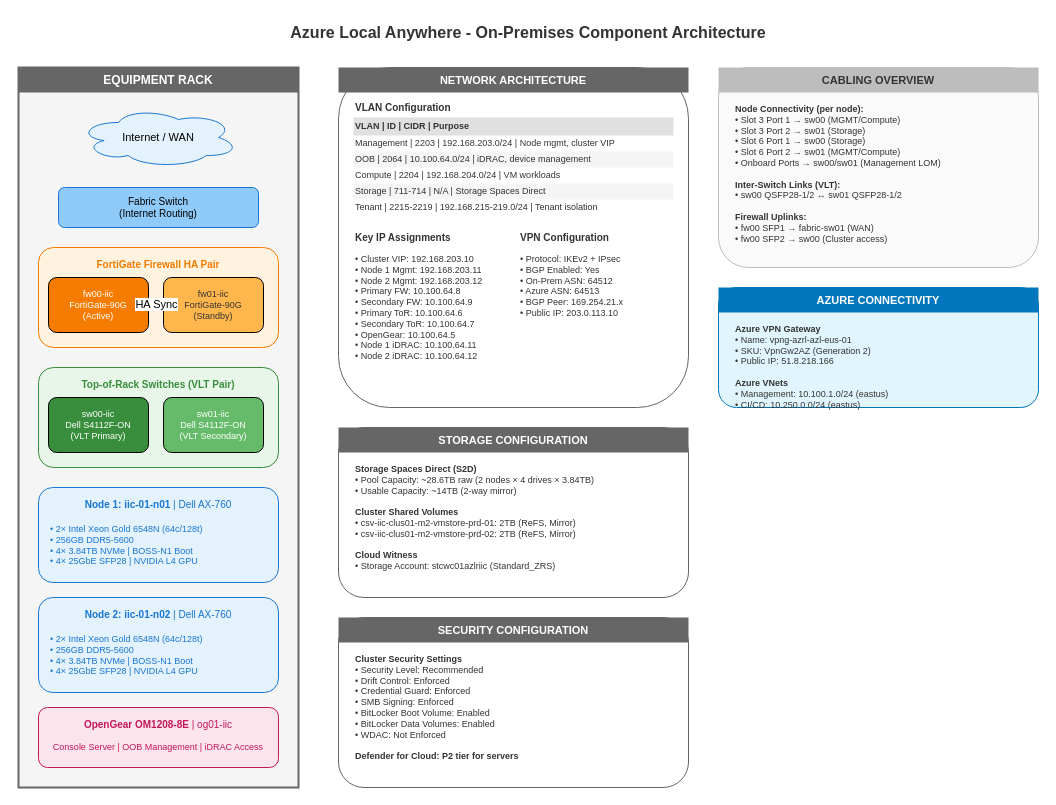
Before: docs/assets/diagrams/hld/azure-local-anywhere-onprem.drawio in AzureLocal/azurelocal.github.io, a draw.io diagram. Source tidied: cells renumbered, new cells numbered last; positions are measured from the earlier drawing's top-left corner, leaving out a move shared by most shapes. Both pictures are drawn from the tidied source at 100%, with x=0, y=0 at pixel (18, 17).
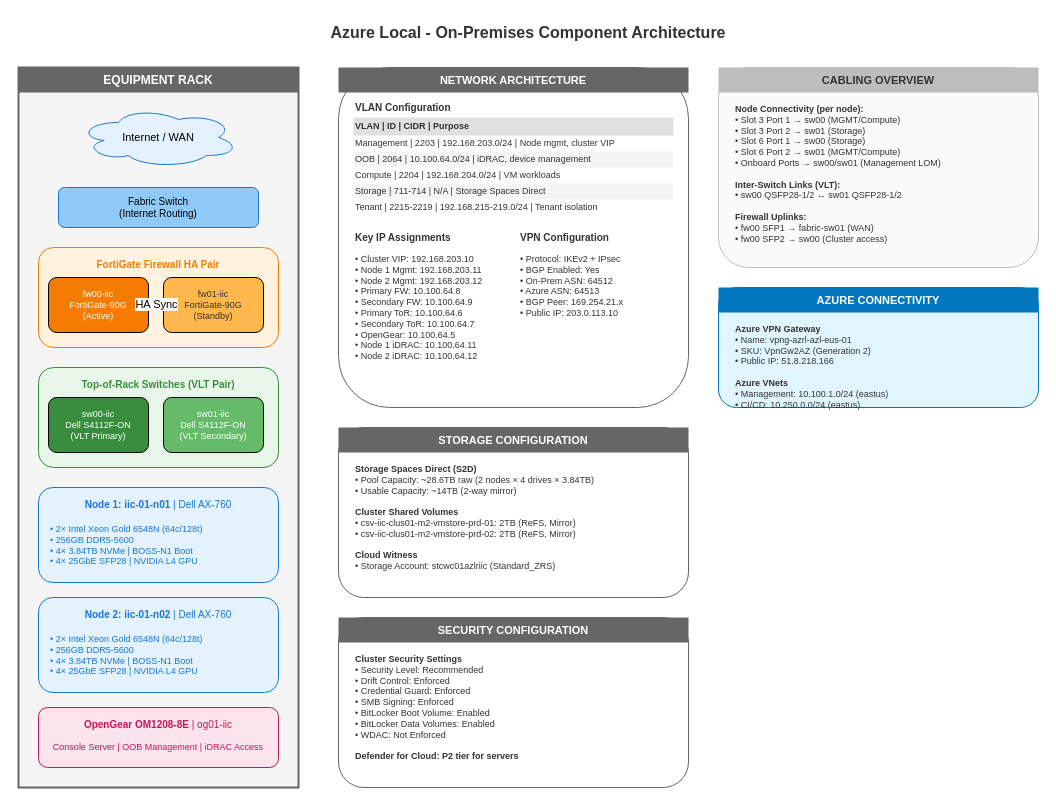
The same diagram, later.

Change to the diagram source:
```diff
@@
-    <mxCell id="2" value="&lt;b&gt;Azure Local Anywhere - On-Premises Component Architecture&lt;/b&gt;" style="text;html=1;strokeColor=none;fillColor=none;align=center;verticalAlign=middle;whiteSpace=wrap;rounded=0;fontSize=16;fontColor=#333333;" parent="1" vertex="1">
+    <mxCell id="2" value="&lt;b&gt;Azure Local - On-Premises Component Architecture&lt;/b&gt;" style="text;html=1;strokeColor=none;fillColor=none;align=center;verticalAlign=middle;whiteSpace=wrap;rounded=0;fontSize=16;fontColor=#333333;" parent="1" vertex="1">
       <mxGeometry x="210" width="600" height="30" as="geometry" />
     </mxCell>
```
